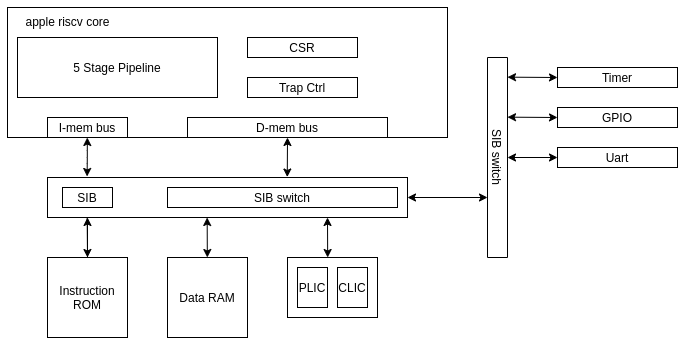
mfkiwl/apple-riscv keeps this draw.io diagram as doc/assets/img/soc.png. Above is the earlier version. Source tidied: cells renumbered, new cells last; positions are measured from the earlier drawing's top-left corner, leaving out a move shared by most shapes.
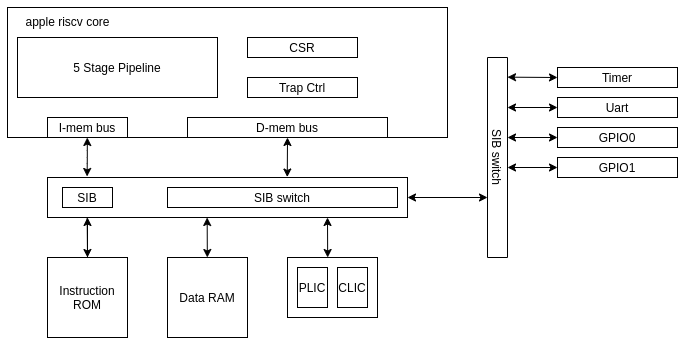
The same diagram one commit later.

Commit message:
Changed soc architecture. Added a new gpio

Change to the diagram source:
```diff
@@ -29,21 +29,21 @@
         <mxPoint x="480" y="190" as="targetPoint" />
       </mxGeometry>
     </mxCell>
-    <mxCell id="10" value="GPIO" style="whiteSpace=wrap;html=1;" parent="1" vertex="1">
-      <mxGeometry x="550" y="100" width="120" height="20" as="geometry" />
+    <mxCell id="10" value="GPIO0" style="whiteSpace=wrap;html=1;" parent="1" vertex="1">
+      <mxGeometry x="550" y="120" width="120" height="20" as="geometry" />
     </mxCell>
     <mxCell id="11" value="Uart" style="whiteSpace=wrap;html=1;" parent="1" vertex="1">
-      <mxGeometry x="550" y="140" width="120" height="20" as="geometry" />
+      <mxGeometry x="550" y="90" width="120" height="20" as="geometry" />
     </mxCell>
-    <mxCell id="12" style="endArrow=classic;startArrow=classic;html=1;fillColor=none;exitX=1;exitY=0.5;exitDx=0;exitDy=0;entryX=0;entryY=0.5;entryDx=0;entryDy=0;" parent="1" edge="1" target="10">
+    <mxCell id="12" style="endArrow=classic;startArrow=classic;html=1;fillColor=none;entryX=0;entryY=0.5;entryDx=0;entryDy=0;" parent="1" edge="1" target="10">
       <mxGeometry relative="1" as="geometry">
-        <mxPoint x="500" y="109.7" as="sourcePoint" />
+        <mxPoint x="500" y="130" as="sourcePoint" />
       </mxGeometry>
     </mxCell>
     <mxCell id="13" style="endArrow=classic;startArrow=classic;html=1;fillColor=none;entryX=-0.001;entryY=0.46;entryDx=0;entryDy=0;entryPerimeter=0;" parent="1" edge="1">
       <mxGeometry relative="1" as="geometry">
-        <mxPoint x="500" y="150" as="sourcePoint" />
-        <mxPoint x="550" y="150" as="targetPoint" />
+        <mxPoint x="500" y="100" as="sourcePoint" />
+        <mxPoint x="550" y="100" as="targetPoint" />
       </mxGeometry>
     </mxCell>
     <mxCell id="14" style="edgeStyle=orthogonalEdgeStyle;orthogonalLoop=1;jettySize=auto;html=1;" parent="1" edge="1">
@@ -118,5 +118,13 @@
         <mxPoint x="320" y="210" as="targetPoint" />
       </mxGeometry>
     </mxCell>
+    <mxCell id="32" value="GPIO1" style="whiteSpace=wrap;html=1;" parent="1" vertex="1">
+      <mxGeometry x="550" y="150" width="120" height="20" as="geometry" />
+    </mxCell>
+    <mxCell id="33" style="endArrow=classic;startArrow=classic;html=1;fillColor=none;entryX=0;entryY=0.5;entryDx=0;entryDy=0;" parent="1" edge="1" target="32">
+      <mxGeometry relative="1" as="geometry">
+        <mxPoint x="500" y="160" as="sourcePoint" />
+      </mxGeometry>
+    </mxCell>
   </root>
 </mxGraphModel>
```
